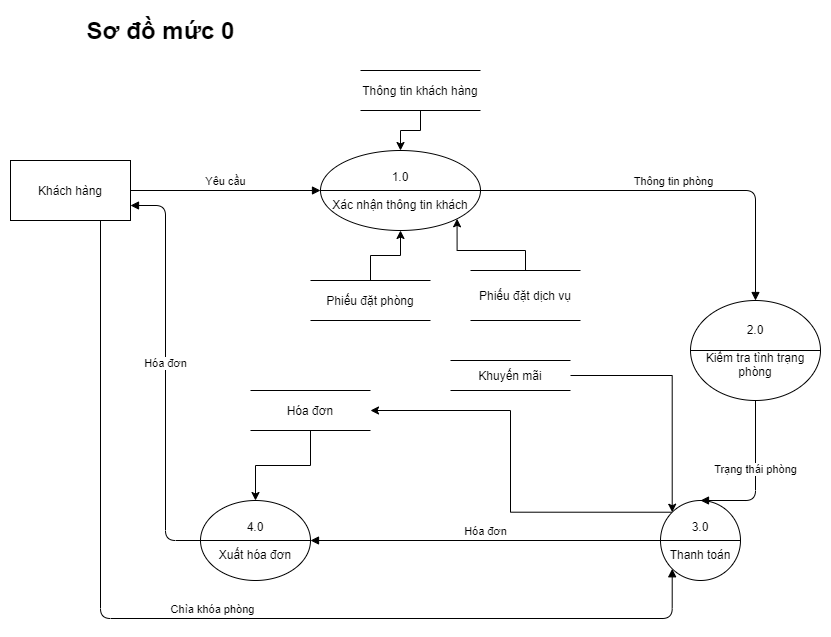
Earlier version of the draw.io export Phan_Tich_Thiet_Ke/DFD/ThanhToan/DFD_Muc0_ThanhToan.png (KNhaa/DoAnCNPM). Source tidied: cells renumbered, new cells last; positions are measured from the earlier drawing's top-left corner, leaving out a move shared by most shapes. Source of this version:
```xml
<mxGraphModel>
  <root>
    <mxCell id="0" />
    <mxCell id="1" parent="0" />
    <mxCell id="2" value="Khách hàng" style="rounded=0;whiteSpace=wrap;html=1;" parent="1" vertex="1">
      <mxGeometry y="150" width="120" height="60" as="geometry" />
    </mxCell>
    <mxCell id="3" style="edgeStyle=orthogonalEdgeStyle;rounded=0;jettySize=auto;html=1;entryX=1;entryY=0.5;entryDx=0;entryDy=0;exitX=0;exitY=0;exitDx=0;exitDy=0;" parent="1" edge="1" source="4" target="15">
      <mxGeometry relative="1" as="geometry">
        <Array as="points">
          <mxPoint x="500" y="502" />
          <mxPoint x="500" y="400" />
        </Array>
      </mxGeometry>
    </mxCell>
    <mxCell id="4" value="3.0&lt;br&gt;&lt;br&gt;Thanh toán" style="shape=lineEllipse;perimeter=ellipsePerimeter;whiteSpace=wrap;html=1;backgroundOutline=1;" parent="1" vertex="1">
      <mxGeometry x="650" y="490" width="80" height="80" as="geometry" />
    </mxCell>
    <mxCell id="5" value="Yêu cầu" style="html=1;verticalAlign=bottom;endArrow=block;exitX=1;exitY=0.5;exitDx=0;exitDy=0;entryX=0;entryY=0.5;entryDx=0;entryDy=0;" parent="1" edge="1" source="2" target="9">
      <mxGeometry relative="1" as="geometry" />
    </mxCell>
    <mxCell id="6" value="Hóa đơn" style="html=1;verticalAlign=bottom;endArrow=block;entryX=1;entryY=0.75;entryDx=0;entryDy=0;edgeStyle=orthogonalEdgeStyle;" parent="1" edge="1" source="8" target="2">
      <mxGeometry relative="1" as="geometry" />
    </mxCell>
    <mxCell id="7" value="2.0&lt;br&gt;&lt;br&gt;Kiểm tra tình trạng phòng" style="shape=lineEllipse;perimeter=ellipsePerimeter;whiteSpace=wrap;html=1;backgroundOutline=1;" parent="1" vertex="1">
      <mxGeometry x="680" y="290" width="130" height="100" as="geometry" />
    </mxCell>
    <mxCell id="8" value="4.0&lt;br&gt;&lt;br&gt;Xuất hóa đơn" style="shape=lineEllipse;perimeter=ellipsePerimeter;whiteSpace=wrap;html=1;backgroundOutline=1;" parent="1" vertex="1">
      <mxGeometry x="190" y="490" width="110" height="80" as="geometry" />
    </mxCell>
    <mxCell id="9" value="1.0&lt;br&gt;&lt;br&gt;Xác nhận thông tin khách" style="shape=lineEllipse;perimeter=ellipsePerimeter;whiteSpace=wrap;html=1;backgroundOutline=1;" parent="1" vertex="1">
      <mxGeometry x="310" y="140" width="160" height="80" as="geometry" />
    </mxCell>
    <mxCell id="10" style="edgeStyle=orthogonalEdgeStyle;rounded=0;jettySize=auto;html=1;entryX=0.5;entryY=1;entryDx=0;entryDy=0;" parent="1" edge="1" source="11" target="9">
      <mxGeometry relative="1" as="geometry" />
    </mxCell>
    <mxCell id="11" value="Phiếu đặt phòng" style="shape=partialRectangle;whiteSpace=wrap;html=1;left=0;right=0;fillColor=none;" parent="1" vertex="1">
      <mxGeometry x="300" y="270" width="120" height="40" as="geometry" />
    </mxCell>
    <mxCell id="12" value="Thông tin phòng" style="html=1;verticalAlign=bottom;endArrow=block;exitX=1;exitY=0.5;exitDx=0;exitDy=0;entryX=0.5;entryY=0;entryDx=0;entryDy=0;edgeStyle=orthogonalEdgeStyle;" parent="1" edge="1" source="9" target="7">
      <mxGeometry relative="1" as="geometry" />
    </mxCell>
    <mxCell id="13" value="Hóa đơn" style="html=1;verticalAlign=bottom;endArrow=block;entryX=1;entryY=0.5;entryDx=0;entryDy=0;exitX=0;exitY=0.5;exitDx=0;exitDy=0;edgeStyle=orthogonalEdgeStyle;" parent="1" edge="1" source="4" target="8">
      <mxGeometry relative="1" as="geometry" />
    </mxCell>
    <mxCell id="14" style="edgeStyle=orthogonalEdgeStyle;rounded=0;jettySize=auto;html=1;entryX=0.5;entryY=0;entryDx=0;entryDy=0;" parent="1" edge="1" source="15" target="8">
      <mxGeometry relative="1" as="geometry" />
    </mxCell>
    <mxCell id="15" value="Hóa đơn" style="shape=partialRectangle;whiteSpace=wrap;html=1;left=0;right=0;fillColor=none;" parent="1" vertex="1">
      <mxGeometry x="240" y="380" width="120" height="40" as="geometry" />
    </mxCell>
    <mxCell id="16" value="Trạng thái phòng" style="html=1;verticalAlign=bottom;endArrow=block;exitX=0.5;exitY=1;exitDx=0;exitDy=0;entryX=0.5;entryY=0;entryDx=0;entryDy=0;edgeStyle=orthogonalEdgeStyle;" parent="1" edge="1" source="7" target="4">
      <mxGeometry relative="1" as="geometry">
        <Array as="points">
          <mxPoint x="745" y="490" />
        </Array>
      </mxGeometry>
    </mxCell>
    <mxCell id="17" value="Chìa khóa phòng" style="html=1;verticalAlign=bottom;endArrow=block;exitX=0.75;exitY=1;exitDx=0;exitDy=0;entryX=0;entryY=1;entryDx=0;entryDy=0;edgeStyle=orthogonalEdgeStyle;" parent="1" edge="1" source="2" target="4">
      <mxGeometry relative="1" as="geometry">
        <Array as="points">
          <mxPoint x="90" y="608" />
        </Array>
      </mxGeometry>
    </mxCell>
    <mxCell id="18" style="edgeStyle=orthogonalEdgeStyle;rounded=0;jettySize=auto;html=1;entryX=1;entryY=1;entryDx=0;entryDy=0;" parent="1" edge="1" source="19" target="9">
      <mxGeometry relative="1" as="geometry" />
    </mxCell>
    <mxCell id="19" value="Phiếu đặt dịch vụ" style="shape=partialRectangle;whiteSpace=wrap;html=1;left=0;right=0;fillColor=none;" parent="1" vertex="1">
      <mxGeometry x="460" y="260" width="110" height="50" as="geometry" />
    </mxCell>
    <mxCell id="20" style="edgeStyle=orthogonalEdgeStyle;rounded=0;jettySize=auto;html=1;entryX=0.5;entryY=0;entryDx=0;entryDy=0;" parent="1" edge="1" source="21" target="9">
      <mxGeometry relative="1" as="geometry" />
    </mxCell>
    <mxCell id="21" value="Thông tin khách hàng" style="shape=partialRectangle;whiteSpace=wrap;html=1;left=0;right=0;fillColor=none;" parent="1" vertex="1">
      <mxGeometry x="350" y="60" width="120" height="40" as="geometry" />
    </mxCell>
    <mxCell id="22" style="edgeStyle=orthogonalEdgeStyle;rounded=0;jettySize=auto;html=1;entryX=0;entryY=0;entryDx=0;entryDy=0;" parent="1" edge="1" source="23" target="4">
      <mxGeometry relative="1" as="geometry">
        <Array as="points">
          <mxPoint x="662" y="365" />
        </Array>
      </mxGeometry>
    </mxCell>
    <mxCell id="23" value="Khuyến mãi" style="shape=partialRectangle;whiteSpace=wrap;html=1;left=0;right=0;fillColor=none;" parent="1" vertex="1">
      <mxGeometry x="440" y="350" width="120" height="30" as="geometry" />
    </mxCell>
    <mxCell id="24" value="Sơ đồ mức 0" style="text;strokeColor=none;fillColor=none;html=1;fontSize=24;fontStyle=1;verticalAlign=middle;align=center;" parent="1" vertex="1">
      <mxGeometry x="100" width="100" height="40" as="geometry" />
    </mxCell>
  </root>
</mxGraphModel>
```
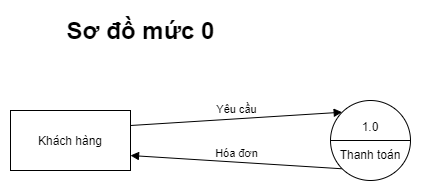
After the change.

Commit message:
DFD 0+1 Thanh toán

Change to the diagram source:
```diff
@@ -3,90 +3,19 @@
     <mxCell id="0" />
     <mxCell id="1" parent="0" />
     <mxCell id="2" value="Khách hàng" style="rounded=0;whiteSpace=wrap;html=1;" parent="1" vertex="1">
-      <mxGeometry y="150" width="120" height="60" as="geometry" />
+      <mxGeometry y="-80" width="120" height="60" as="geometry" />
     </mxCell>
-    <mxCell id="3" style="edgeStyle=orthogonalEdgeStyle;rounded=0;jettySize=auto;html=1;entryX=1;entryY=0.5;entryDx=0;entryDy=0;exitX=0;exitY=0;exitDx=0;exitDy=0;" parent="1" edge="1" source="4" target="15">
-      <mxGeometry relative="1" as="geometry">
-        <Array as="points">
-          <mxPoint x="500" y="502" />
-          <mxPoint x="500" y="400" />
-        </Array>
-      </mxGeometry>
-    </mxCell>
-    <mxCell id="4" value="3.0&lt;br&gt;&lt;br&gt;Thanh toán" style="shape=lineEllipse;perimeter=ellipsePerimeter;whiteSpace=wrap;html=1;backgroundOutline=1;" parent="1" vertex="1">
-      <mxGeometry x="650" y="490" width="80" height="80" as="geometry" />
-    </mxCell>
-    <mxCell id="5" value="Yêu cầu" style="html=1;verticalAlign=bottom;endArrow=block;exitX=1;exitY=0.5;exitDx=0;exitDy=0;entryX=0;entryY=0.5;entryDx=0;entryDy=0;" parent="1" edge="1" source="2" target="9">
+    <mxCell id="5" value="Yêu cầu" style="html=1;verticalAlign=bottom;endArrow=block;exitX=1;exitY=0.25;exitDx=0;exitDy=0;entryX=0;entryY=0;entryDx=0;entryDy=0;" parent="1" edge="1" source="2" target="26">
       <mxGeometry relative="1" as="geometry" />
     </mxCell>
-    <mxCell id="6" value="Hóa đơn" style="html=1;verticalAlign=bottom;endArrow=block;entryX=1;entryY=0.75;entryDx=0;entryDy=0;edgeStyle=orthogonalEdgeStyle;" parent="1" edge="1" source="8" target="2">
-      <mxGeometry relative="1" as="geometry" />
-    </mxCell>
-    <mxCell id="7" value="2.0&lt;br&gt;&lt;br&gt;Kiểm tra tình trạng phòng" style="shape=lineEllipse;perimeter=ellipsePerimeter;whiteSpace=wrap;html=1;backgroundOutline=1;" parent="1" vertex="1">
-      <mxGeometry x="680" y="290" width="130" height="100" as="geometry" />
-    </mxCell>
-    <mxCell id="8" value="4.0&lt;br&gt;&lt;br&gt;Xuất hóa đơn" style="shape=lineEllipse;perimeter=ellipsePerimeter;whiteSpace=wrap;html=1;backgroundOutline=1;" parent="1" vertex="1">
-      <mxGeometry x="190" y="490" width="110" height="80" as="geometry" />
-    </mxCell>
-    <mxCell id="9" value="1.0&lt;br&gt;&lt;br&gt;Xác nhận thông tin khách" style="shape=lineEllipse;perimeter=ellipsePerimeter;whiteSpace=wrap;html=1;backgroundOutline=1;" parent="1" vertex="1">
-      <mxGeometry x="310" y="140" width="160" height="80" as="geometry" />
-    </mxCell>
-    <mxCell id="10" style="edgeStyle=orthogonalEdgeStyle;rounded=0;jettySize=auto;html=1;entryX=0.5;entryY=1;entryDx=0;entryDy=0;" parent="1" edge="1" source="11" target="9">
-      <mxGeometry relative="1" as="geometry" />
-    </mxCell>
-    <mxCell id="11" value="Phiếu đặt phòng" style="shape=partialRectangle;whiteSpace=wrap;html=1;left=0;right=0;fillColor=none;" parent="1" vertex="1">
-      <mxGeometry x="300" y="270" width="120" height="40" as="geometry" />
-    </mxCell>
-    <mxCell id="12" value="Thông tin phòng" style="html=1;verticalAlign=bottom;endArrow=block;exitX=1;exitY=0.5;exitDx=0;exitDy=0;entryX=0.5;entryY=0;entryDx=0;entryDy=0;edgeStyle=orthogonalEdgeStyle;" parent="1" edge="1" source="9" target="7">
-      <mxGeometry relative="1" as="geometry" />
-    </mxCell>
-    <mxCell id="13" value="Hóa đơn" style="html=1;verticalAlign=bottom;endArrow=block;entryX=1;entryY=0.5;entryDx=0;entryDy=0;exitX=0;exitY=0.5;exitDx=0;exitDy=0;edgeStyle=orthogonalEdgeStyle;" parent="1" edge="1" source="4" target="8">
-      <mxGeometry relative="1" as="geometry" />
-    </mxCell>
-    <mxCell id="14" style="edgeStyle=orthogonalEdgeStyle;rounded=0;jettySize=auto;html=1;entryX=0.5;entryY=0;entryDx=0;entryDy=0;" parent="1" edge="1" source="15" target="8">
-      <mxGeometry relative="1" as="geometry" />
-    </mxCell>
-    <mxCell id="15" value="Hóa đơn" style="shape=partialRectangle;whiteSpace=wrap;html=1;left=0;right=0;fillColor=none;" parent="1" vertex="1">
-      <mxGeometry x="240" y="380" width="120" height="40" as="geometry" />
-    </mxCell>
-    <mxCell id="16" value="Trạng thái phòng" style="html=1;verticalAlign=bottom;endArrow=block;exitX=0.5;exitY=1;exitDx=0;exitDy=0;entryX=0.5;entryY=0;entryDx=0;entryDy=0;edgeStyle=orthogonalEdgeStyle;" parent="1" edge="1" source="7" target="4">
-      <mxGeometry relative="1" as="geometry">
-        <Array as="points">
-          <mxPoint x="745" y="490" />
-        </Array>
-      </mxGeometry>
-    </mxCell>
-    <mxCell id="17" value="Chìa khóa phòng" style="html=1;verticalAlign=bottom;endArrow=block;exitX=0.75;exitY=1;exitDx=0;exitDy=0;entryX=0;entryY=1;entryDx=0;entryDy=0;edgeStyle=orthogonalEdgeStyle;" parent="1" edge="1" source="2" target="4">
-      <mxGeometry relative="1" as="geometry">
-        <Array as="points">
-          <mxPoint x="90" y="608" />
-        </Array>
-      </mxGeometry>
-    </mxCell>
-    <mxCell id="18" style="edgeStyle=orthogonalEdgeStyle;rounded=0;jettySize=auto;html=1;entryX=1;entryY=1;entryDx=0;entryDy=0;" parent="1" edge="1" source="19" target="9">
-      <mxGeometry relative="1" as="geometry" />
-    </mxCell>
-    <mxCell id="19" value="Phiếu đặt dịch vụ" style="shape=partialRectangle;whiteSpace=wrap;html=1;left=0;right=0;fillColor=none;" parent="1" vertex="1">
-      <mxGeometry x="460" y="260" width="110" height="50" as="geometry" />
-    </mxCell>
-    <mxCell id="20" style="edgeStyle=orthogonalEdgeStyle;rounded=0;jettySize=auto;html=1;entryX=0.5;entryY=0;entryDx=0;entryDy=0;" parent="1" edge="1" source="21" target="9">
-      <mxGeometry relative="1" as="geometry" />
-    </mxCell>
-    <mxCell id="21" value="Thông tin khách hàng" style="shape=partialRectangle;whiteSpace=wrap;html=1;left=0;right=0;fillColor=none;" parent="1" vertex="1">
-      <mxGeometry x="350" y="60" width="120" height="40" as="geometry" />
-    </mxCell>
-    <mxCell id="22" style="edgeStyle=orthogonalEdgeStyle;rounded=0;jettySize=auto;html=1;entryX=0;entryY=0;entryDx=0;entryDy=0;" parent="1" edge="1" source="23" target="4">
-      <mxGeometry relative="1" as="geometry">
-        <Array as="points">
-          <mxPoint x="662" y="365" />
-        </Array>
-      </mxGeometry>
-    </mxCell>
-    <mxCell id="23" value="Khuyến mãi" style="shape=partialRectangle;whiteSpace=wrap;html=1;left=0;right=0;fillColor=none;" parent="1" vertex="1">
-      <mxGeometry x="440" y="350" width="120" height="30" as="geometry" />
-    </mxCell>
+    <mxCell id="25" value="Hóa đơn" style="html=1;verticalAlign=bottom;endArrow=block;exitX=0;exitY=1;exitDx=0;exitDy=0;entryX=1;entryY=0.75;entryDx=0;entryDy=0;" parent="1" edge="1" source="26" target="2">
+      <mxGeometry relative="1" as="geometry" />
+    </mxCell>
     <mxCell id="24" value="Sơ đồ mức 0" style="text;strokeColor=none;fillColor=none;html=1;fontSize=24;fontStyle=1;verticalAlign=middle;align=center;" parent="1" vertex="1">
-      <mxGeometry x="100" width="100" height="40" as="geometry" />
+      <mxGeometry x="80" y="-180" width="100" height="40" as="geometry" />
     </mxCell>
+    <mxCell id="26" value="1.0&lt;br&gt;&lt;br&gt;Thanh toán" style="shape=lineEllipse;perimeter=ellipsePerimeter;whiteSpace=wrap;html=1;backgroundOutline=1;" parent="1" vertex="1">
+      <mxGeometry x="320" y="-90" width="80" height="80" as="geometry" />
+    </mxCell>
   </root>
 </mxGraphModel>
```
